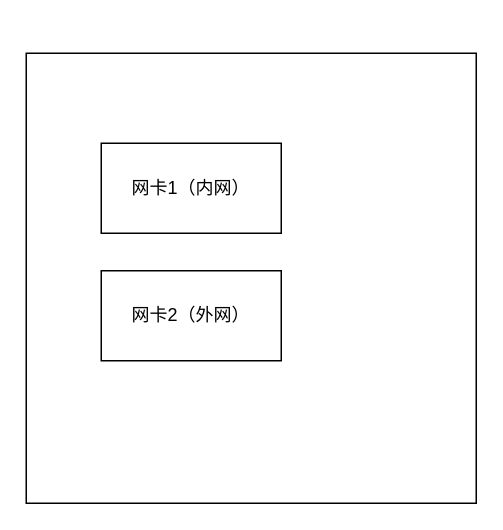
Earlier version of the draw.io diagram 一体机内网网.drawio (jackshenjunkai/drawio). Source tidied: cells renumbered, new cells numbered last; positions are measured from the earlier drawing's top-left corner, leaving out a move shared by most shapes. Both pictures are drawn from the tidied source at 150%, with x=0, y=0 at pixel (26, 52).
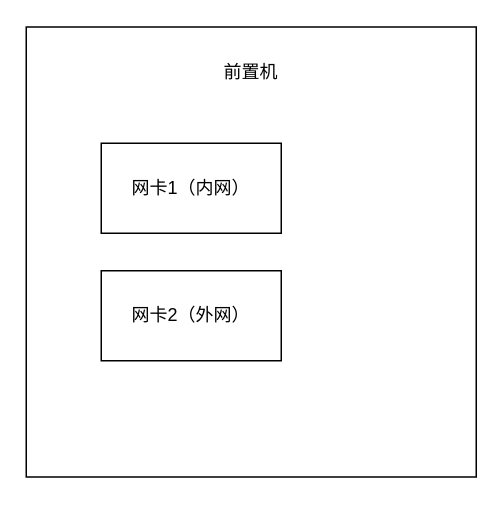
Above is the later version.

Commit message (it also covers changes not shown here):
更新一体机内网网.drawio

The edit, as a diff of the source:
```diff
@@
 <mxGraphModel background="#ffffff">
   <root>
     <mxCell id="0" />
     <mxCell id="1" parent="0" />
     <mxCell id="2" style="whiteSpace=wrap;html=1;" parent="1" vertex="1">
-      <mxGeometry width="300" height="300" as="geometry" />
+      <mxGeometry y="-17.5" width="300" height="300" as="geometry" />
     </mxCell>
     <mxCell id="3" value="网卡1（内网）" style="rounded=0;whiteSpace=wrap;html=1;" parent="1" vertex="1">
       <mxGeometry x="50" y="60" width="120" height="60" as="geometry" />
     </mxCell>
     <mxCell id="4" value="网卡2（外网）" style="rounded=0;whiteSpace=wrap;html=1;" parent="1" vertex="1">
       <mxGeometry x="50" y="145" width="120" height="60" as="geometry" />
     </mxCell>
+    <mxCell id="5" value="前置机" style="text;html=1;strokeColor=none;fillColor=none;align=center;verticalAlign=middle;whiteSpace=wrap;rounded=0;" parent="1" vertex="1">
+      <mxGeometry x="130" y="2.5" width="40" height="20" as="geometry" />
+    </mxCell>
   </root>
 </mxGraphModel>
```
